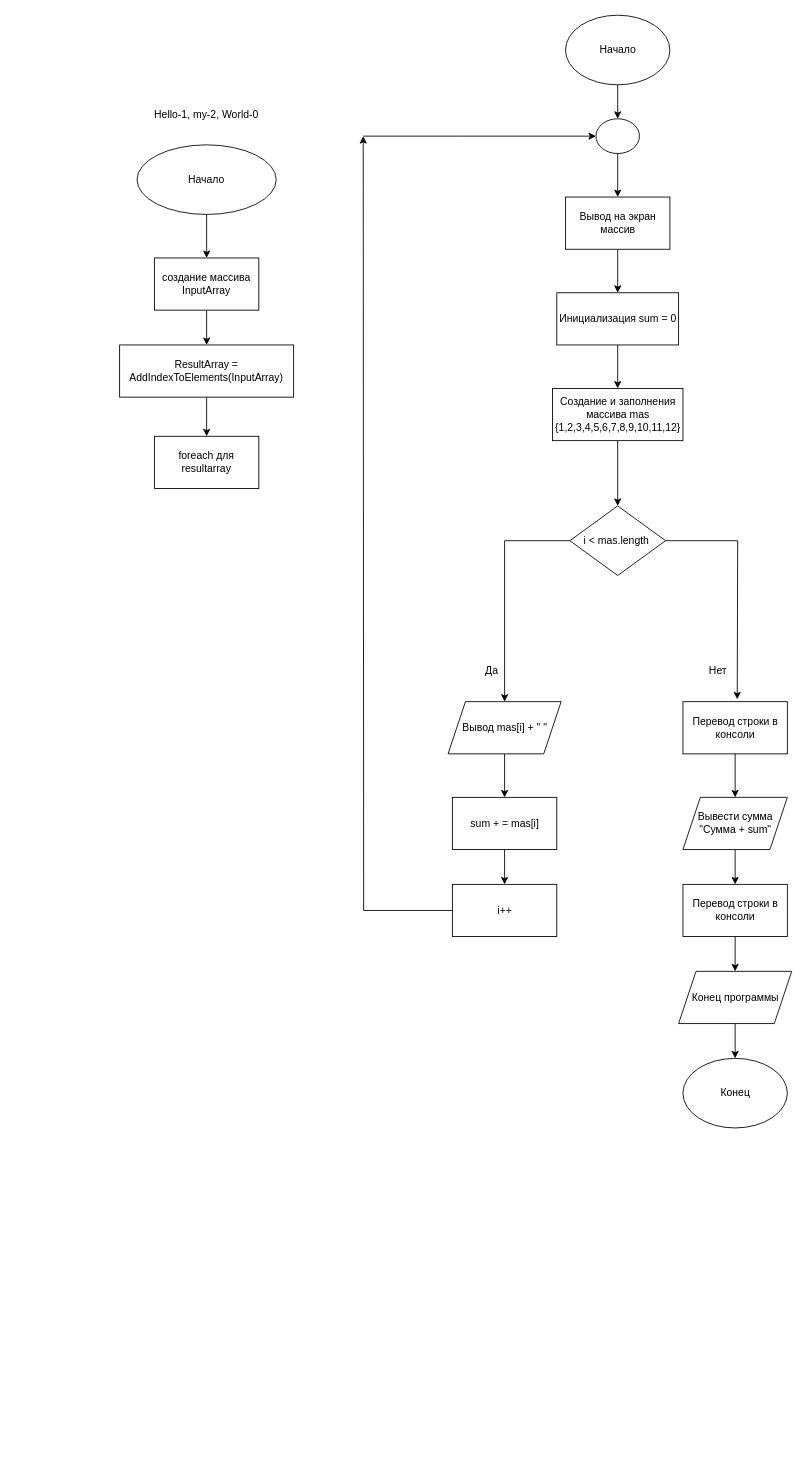
Earlier version of the draw.io diagram Диаграмма без названия.drawio (Scaimpi/hexlet-git.). Source tidied: cells renumbered, new cells numbered last; positions are measured from the earlier drawing's top-left corner, leaving out a move shared by most shapes. Both pictures are drawn from the tidied source at 87%, with x=0, y=0 at pixel (119, 15).
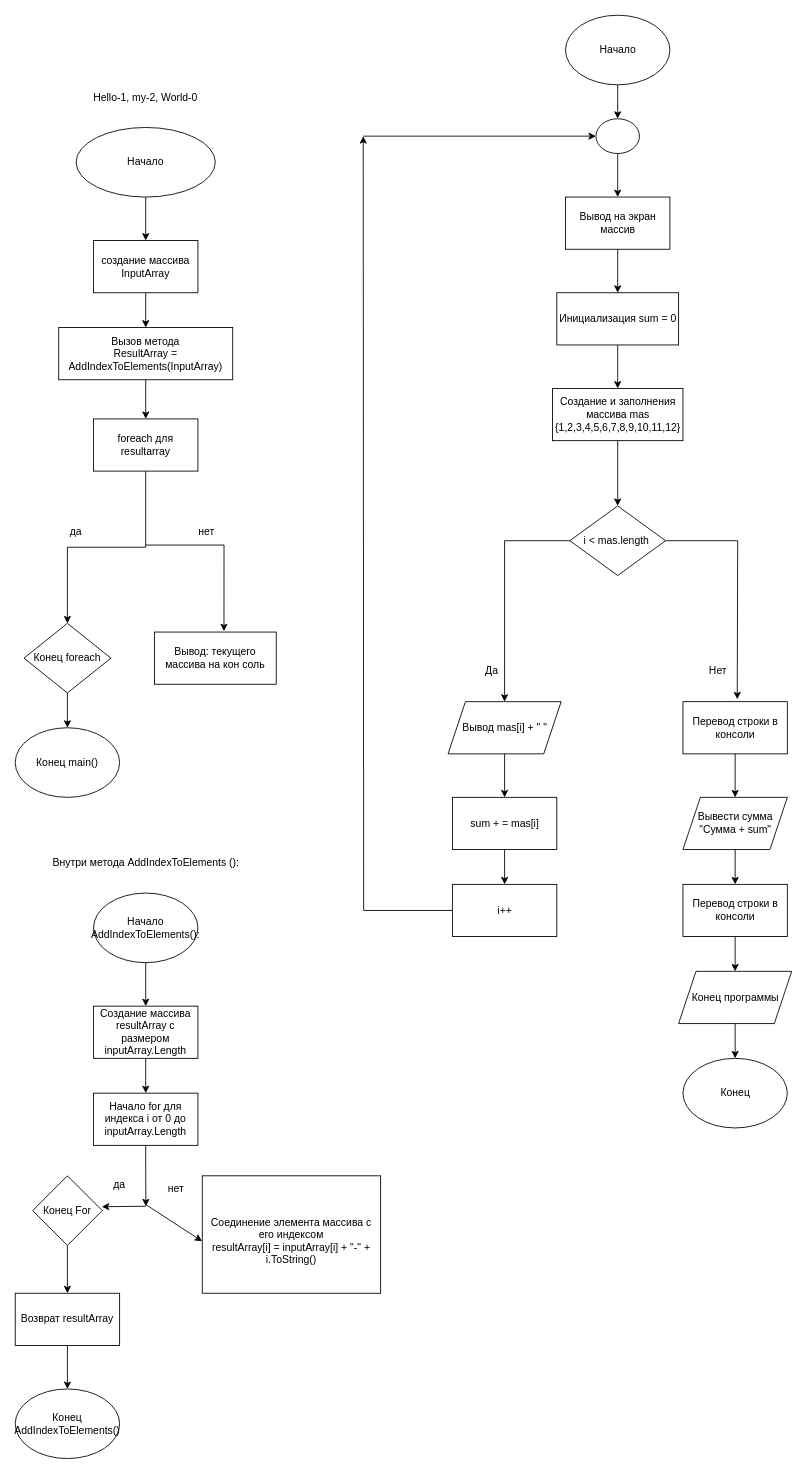
The same diagram, later.

Diff of the diagram source:
```diff
@@
     <mxCell id="3" value="Начало" style="ellipse;whiteSpace=wrap;html=1;" parent="1" vertex="1">
-      <mxGeometry x="20" y="149" width="160" height="80" as="geometry" />
+      <mxGeometry x="-50" y="129" width="160" height="80" as="geometry" />
     </mxCell>
@@
     <mxCell id="13" value="Hello-1, my-2, World-0" style="text;html=1;strokeColor=none;fillColor=none;align=center;verticalAlign=middle;whiteSpace=wrap;rounded=0;" parent="1" vertex="1">
-      <mxGeometry x="35" y="100" width="130" height="30" as="geometry" />
+      <mxGeometry x="-35" y="80" width="130" height="30" as="geometry" />
     </mxCell>
@@
     <mxCell id="15" value="создание массива&lt;br&gt;InputArray" style="rounded=0;whiteSpace=wrap;html=1;" parent="1" vertex="1">
-      <mxGeometry x="40" y="279" width="120" height="60" as="geometry" />
+      <mxGeometry x="-30" y="259" width="120" height="60" as="geometry" />
     </mxCell>
@@
-    <mxCell id="17" value="ResultArray = AddIndexToElements(InputArray)" style="rounded=0;whiteSpace=wrap;html=1;" parent="1" vertex="1">
-      <mxGeometry y="379" width="200" height="60" as="geometry" />
+    <mxCell id="17" value="Вызов метода&lt;br&gt;ResultArray = AddIndexToElements(InputArray)" style="rounded=0;whiteSpace=wrap;html=1;" parent="1" vertex="1">
+      <mxGeometry x="-70" y="359" width="200" height="60" as="geometry" />
     </mxCell>
+    <mxCell id="41" style="edgeStyle=orthogonalEdgeStyle;rounded=0;jettySize=auto;html=1;exitX=0.5;exitY=1;exitDx=0;exitDy=0;" parent="1" edge="1" source="18" target="43">
+      <mxGeometry relative="1" as="geometry" />
+    </mxCell>
     <mxCell id="18" value="foreach для resultarray" style="rounded=0;whiteSpace=wrap;html=1;" parent="1" vertex="1">
-      <mxGeometry x="40" y="484" width="120" height="60" as="geometry" />
+      <mxGeometry x="-30" y="464" width="120" height="60" as="geometry" />
     </mxCell>
@@
+    <mxCell id="42" style="edgeStyle=orthogonalEdgeStyle;rounded=0;jettySize=auto;html=1;exitX=0.5;exitY=1;exitDx=0;exitDy=0;" parent="1" edge="1" source="43" target="47">
+      <mxGeometry relative="1" as="geometry" />
+    </mxCell>
+    <mxCell id="43" value="Конец foreach" style="rhombus;whiteSpace=wrap;html=1;" parent="1" vertex="1">
+      <mxGeometry x="-110" y="699" width="100" height="80" as="geometry" />
+    </mxCell>
+    <mxCell id="44" value="Вывод: текущего массива на кон соль" style="rounded=0;whiteSpace=wrap;html=1;" parent="1" vertex="1">
+      <mxGeometry x="40" y="709" width="140" height="60" as="geometry" />
+    </mxCell>
+    <mxCell id="45" style="endArrow=none;html=1;rounded=0;" parent="1" edge="1">
+      <mxGeometry relative="1" as="geometry">
+        <mxPoint x="30" y="609" as="sourcePoint" />
+        <mxPoint x="120" y="609" as="targetPoint" />
+      </mxGeometry>
+    </mxCell>
+    <mxCell id="46" style="endArrow=classic;html=1;rounded=0;entryX=0.571;entryY=-0.017;entryDx=0;entryDy=0;entryPerimeter=0;" parent="1" edge="1" target="44">
+      <mxGeometry relative="1" as="geometry">
+        <mxPoint x="120" y="609" as="sourcePoint" />
+      </mxGeometry>
+    </mxCell>
+    <mxCell id="47" value="Конец main()" style="ellipse;whiteSpace=wrap;html=1;" parent="1" vertex="1">
+      <mxGeometry x="-120" y="819" width="120" height="80" as="geometry" />
+    </mxCell>
+    <mxCell id="48" value="Внутри метода AddIndexToElements ():" style="text;html=1;align=center;verticalAlign=middle;strokeColor=none;fillColor=none;" parent="1" vertex="1">
+      <mxGeometry x="-90" y="959" width="240" height="30" as="geometry" />
+    </mxCell>
+    <mxCell id="49" style="edgeStyle=orthogonalEdgeStyle;rounded=0;jettySize=auto;html=1;exitX=0.5;exitY=1;exitDx=0;exitDy=0;entryX=0.5;entryY=0;entryDx=0;entryDy=0;" parent="1" edge="1" source="50" target="52">
+      <mxGeometry relative="1" as="geometry" />
+    </mxCell>
+    <mxCell id="50" value="Начало AddIndexToElements():" style="ellipse;whiteSpace=wrap;html=1;" parent="1" vertex="1">
+      <mxGeometry x="-30" y="1009" width="120" height="80" as="geometry" />
+    </mxCell>
+    <mxCell id="51" style="edgeStyle=orthogonalEdgeStyle;rounded=0;jettySize=auto;html=1;exitX=0.5;exitY=1;exitDx=0;exitDy=0;entryX=0.5;entryY=0;entryDx=0;entryDy=0;" parent="1" edge="1" source="52" target="54">
+      <mxGeometry relative="1" as="geometry" />
+    </mxCell>
+    <mxCell id="52" value="Создание массива resultArray с размером inputArray.Length" style="rounded=0;whiteSpace=wrap;html=1;" parent="1" vertex="1">
+      <mxGeometry x="-30" y="1139" width="120" height="60" as="geometry" />
+    </mxCell>
+    <mxCell id="53" style="edgeStyle=orthogonalEdgeStyle;rounded=0;jettySize=auto;html=1;exitX=0.5;exitY=1;exitDx=0;exitDy=0;" parent="1" edge="1" source="54">
+      <mxGeometry relative="1" as="geometry">
+        <mxPoint x="30.2" y="1369" as="targetPoint" />
+      </mxGeometry>
+    </mxCell>
+    <mxCell id="54" value="Начало for для индекса i от 0 до inputArray.Length" style="rounded=0;whiteSpace=wrap;html=1;" parent="1" vertex="1">
+      <mxGeometry x="-30" y="1239" width="120" height="60" as="geometry" />
+    </mxCell>
+    <mxCell id="55" value="&lt;br&gt;Соединение элемента массива с его индексом&lt;br&gt;resultArray[i] = inputArray[i] + &quot;-&quot; + i.ToString()" style="rounded=0;whiteSpace=wrap;html=1;" parent="1" vertex="1">
+      <mxGeometry x="95" y="1334" width="205" height="135" as="geometry" />
+    </mxCell>
+    <mxCell id="56" style="edgeStyle=orthogonalEdgeStyle;rounded=0;jettySize=auto;html=1;exitX=0.5;exitY=1;exitDx=0;exitDy=0;entryX=0.5;entryY=0;entryDx=0;entryDy=0;" parent="1" edge="1" source="57" target="59">
+      <mxGeometry relative="1" as="geometry" />
+    </mxCell>
+    <mxCell id="57" value="Конец For" style="rhombus;whiteSpace=wrap;html=1;" parent="1" vertex="1">
+      <mxGeometry x="-100" y="1334" width="80" height="80" as="geometry" />
+    </mxCell>
+    <mxCell id="58" style="edgeStyle=orthogonalEdgeStyle;rounded=0;jettySize=auto;html=1;exitX=0.5;exitY=1;exitDx=0;exitDy=0;" parent="1" edge="1" source="59" target="64">
+      <mxGeometry relative="1" as="geometry" />
+    </mxCell>
+    <mxCell id="59" value="Возврат resultArray" style="rounded=0;whiteSpace=wrap;html=1;" parent="1" vertex="1">
+      <mxGeometry x="-120" y="1469" width="120" height="60" as="geometry" />
+    </mxCell>
+    <mxCell id="60" style="endArrow=classic;html=1;rounded=0;entryX=0.994;entryY=0.444;entryDx=0;entryDy=0;entryPerimeter=0;" parent="1" edge="1" target="57">
+      <mxGeometry relative="1" as="geometry">
+        <mxPoint x="30" y="1369" as="sourcePoint" />
+      </mxGeometry>
+    </mxCell>
+    <mxCell id="61" style="endArrow=classic;html=1;rounded=0;entryX=-0.001;entryY=0.557;entryDx=0;entryDy=0;entryPerimeter=0;" parent="1" edge="1" target="55">
+      <mxGeometry relative="1" as="geometry">
+        <mxPoint x="30" y="1367" as="sourcePoint" />
+      </mxGeometry>
+    </mxCell>
+    <mxCell id="62" value="нет" style="text;html=1;strokeColor=none;fillColor=none;align=center;verticalAlign=middle;whiteSpace=wrap;rounded=0;" parent="1" vertex="1">
+      <mxGeometry x="35" y="1334" width="60" height="30" as="geometry" />
+    </mxCell>
+    <mxCell id="63" value="да" style="text;html=1;strokeColor=none;fillColor=none;align=center;verticalAlign=middle;whiteSpace=wrap;rounded=0;" parent="1" vertex="1">
+      <mxGeometry x="-30" y="1329" width="60" height="30" as="geometry" />
+    </mxCell>
+    <mxCell id="64" value="Конец AddIndexToElements()" style="ellipse;whiteSpace=wrap;html=1;" parent="1" vertex="1">
+      <mxGeometry x="-120" y="1579" width="120" height="80" as="geometry" />
+    </mxCell>
+    <mxCell id="65" value="нет" style="text;html=1;strokeColor=none;fillColor=none;align=center;verticalAlign=middle;whiteSpace=wrap;rounded=0;" parent="1" vertex="1">
+      <mxGeometry x="70" y="579" width="60" height="30" as="geometry" />
+    </mxCell>
+    <mxCell id="66" value="да" style="text;html=1;strokeColor=none;fillColor=none;align=center;verticalAlign=middle;whiteSpace=wrap;rounded=0;" parent="1" vertex="1">
+      <mxGeometry x="-80" y="579" width="60" height="30" as="geometry" />
+    </mxCell>
```
